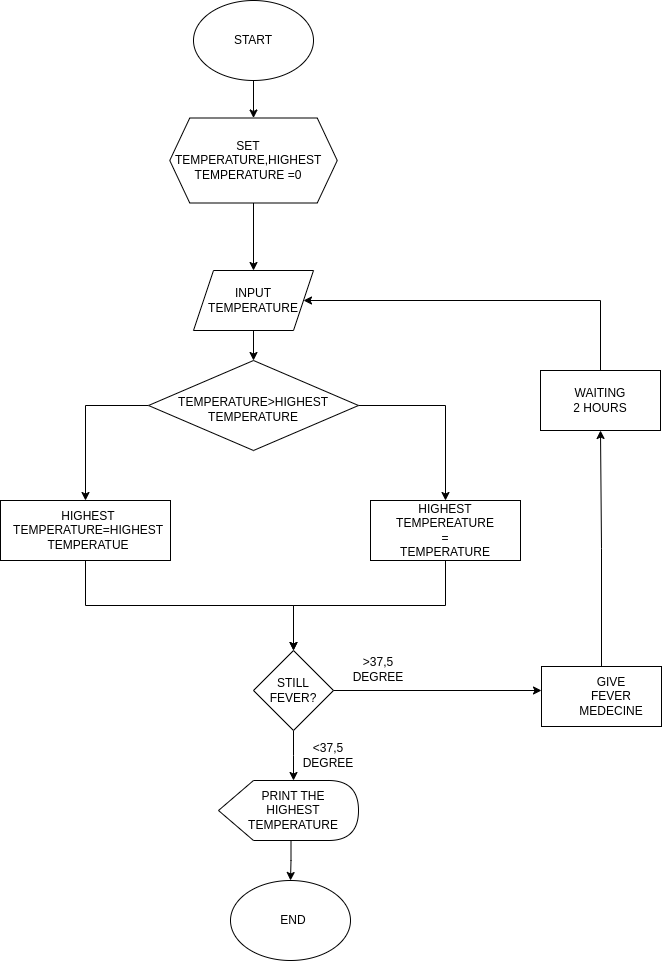
Earlier version of the draw.io export NOMOR2.png (tahukotak13th/tahukotak13th.github.io). Source tidied: cells renumbered, new cells last; positions are measured from the earlier drawing's top-left corner, leaving out a move shared by most shapes.
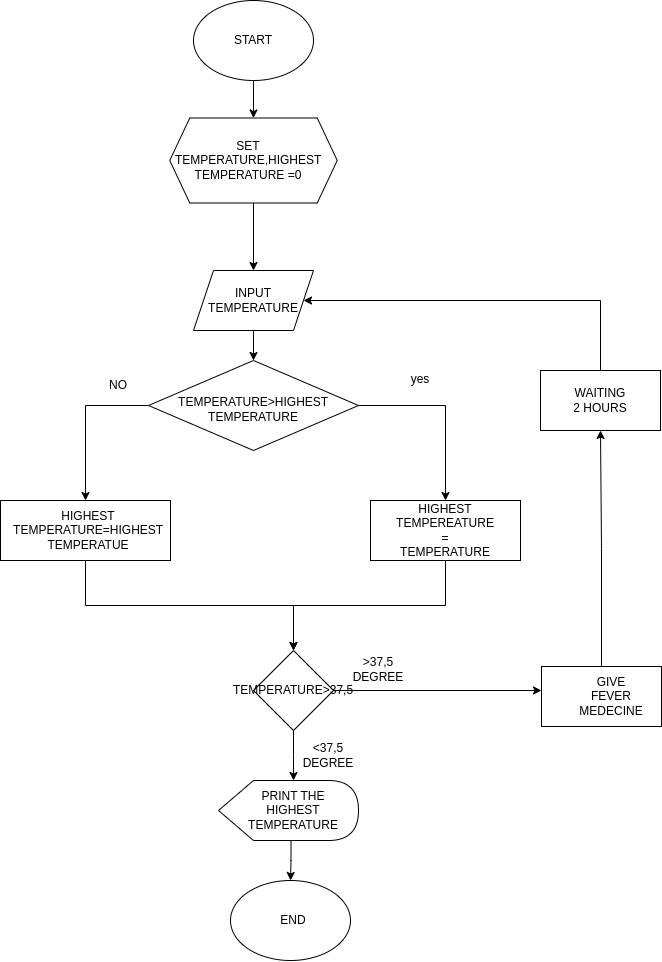
After the change.

Change to the diagram source:
```diff
@@ -28,7 +28,7 @@
     <mxCell id="9" value="HIGHEST TEMPERATURE=HIGHEST TEMPERATUE" style="text;strokeColor=none;align=center;fillColor=none;html=1;verticalAlign=middle;whiteSpace=wrap;rounded=0;" parent="1" vertex="1">
       <mxGeometry x="58" y="515" width="60" height="30" as="geometry" />
     </mxCell>
-    <mxCell id="10" value="STILL FEVER?" style="text;strokeColor=none;align=center;fillColor=none;html=1;verticalAlign=middle;whiteSpace=wrap;rounded=0;" parent="1" vertex="1">
+    <mxCell id="10" value="TEMPERATURE&amp;gt;37,5" style="text;strokeColor=none;align=center;fillColor=none;html=1;verticalAlign=middle;whiteSpace=wrap;rounded=0;" parent="1" vertex="1">
       <mxGeometry x="263" y="675" width="60" height="30" as="geometry" />
     </mxCell>
     <mxCell id="11" style="edgeStyle=orthogonalEdgeStyle;rounded=0;jettySize=auto;html=1;exitX=0.5;exitY=0;exitDx=0;exitDy=0;entryX=0.5;entryY=1;entryDx=0;entryDy=0;" parent="1" edge="1" source="12" target="36">
@@ -116,5 +116,11 @@
     <mxCell id="37" value="WAITING 2 HOURS" style="text;strokeColor=none;align=center;fillColor=none;html=1;verticalAlign=middle;whiteSpace=wrap;rounded=0;" parent="1" vertex="1">
       <mxGeometry x="570" y="385" width="60" height="30" as="geometry" />
     </mxCell>
+    <mxCell id="38" value="yes" style="text;strokeColor=none;align=center;fillColor=none;html=1;verticalAlign=middle;whiteSpace=wrap;rounded=0;" parent="1" vertex="1">
+      <mxGeometry x="390" y="364" width="60" height="30" as="geometry" />
+    </mxCell>
+    <mxCell id="39" value="NO" style="text;strokeColor=none;align=center;fillColor=none;html=1;verticalAlign=middle;whiteSpace=wrap;rounded=0;" parent="1" vertex="1">
+      <mxGeometry x="88" y="370" width="60" height="30" as="geometry" />
+    </mxCell>
   </root>
 </mxGraphModel>
```
